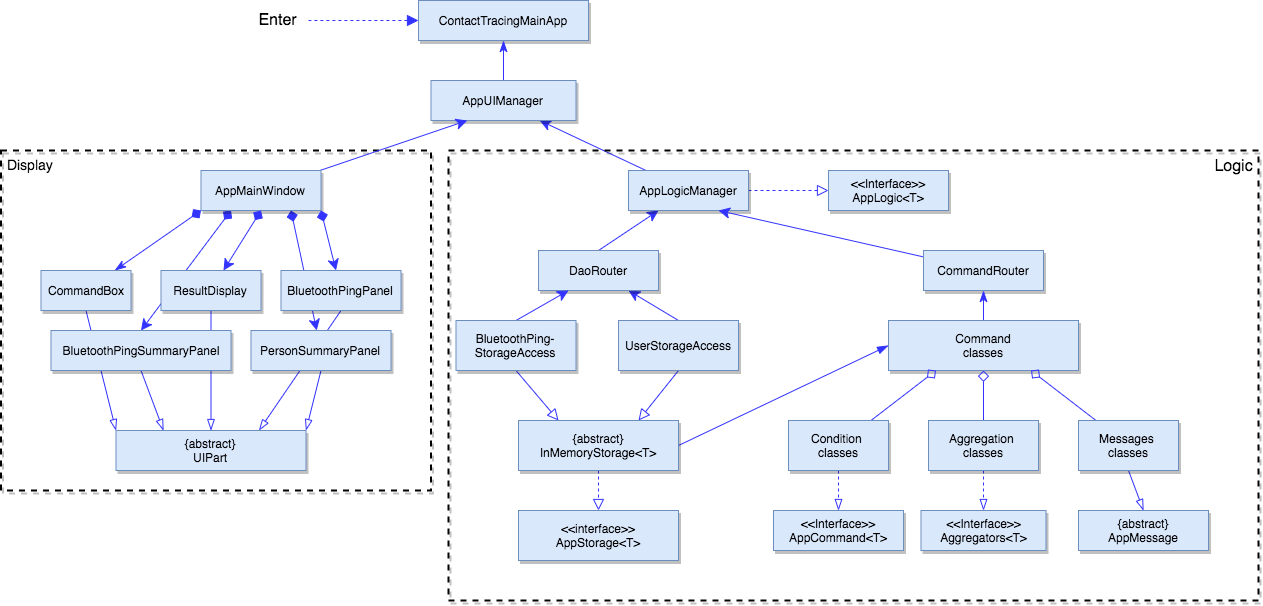
Before: docs/images/ClassDiagram.png, a diagram exported from draw.io (nus-cs2103-AY1920S2/addressbook-level3). Source tidied: cells renumbered, new cells last; positions are measured from the earlier drawing's top-left corner, leaving out a move shared by most shapes. Source of this version:
```xml
<mxGraphModel>
  <root>
    <mxCell id="0" style="html=1;" />
    <mxCell id="1" style="html=1;" parent="0" />
    <mxCell id="2" style="edgeStyle=none;rounded=0;jettySize=auto;html=1;entryX=0.75;entryY=1;entryDx=0;entryDy=0;startArrow=none;startFill=0;startSize=9;endArrow=classic;endFill=1;endSize=9;strokeColor=#3333FF;strokeWidth=1;exitX=0.5;exitY=0;exitDx=0;exitDy=0;" parent="1" edge="1" source="39" target="31">
      <mxGeometry relative="1" as="geometry" />
    </mxCell>
    <mxCell id="3" style="edgeStyle=none;rounded=0;jettySize=auto;html=1;entryX=0.75;entryY=1;entryDx=0;entryDy=0;startArrow=classic;startFill=1;startSize=9;endArrow=diamond;endFill=1;endSize=9;strokeColor=#3333FF;strokeWidth=1;" parent="1" edge="1" source="29" target="16">
      <mxGeometry relative="1" as="geometry" />
    </mxCell>
    <mxCell id="4" style="edgeStyle=none;rounded=0;jettySize=auto;html=1;exitX=0.5;exitY=0;exitDx=0;exitDy=0;entryX=0.25;entryY=1;entryDx=0;entryDy=0;startArrow=classic;startFill=1;startSize=9;endArrow=diamond;endFill=1;endSize=9;strokeColor=#3333FF;strokeWidth=1;" parent="1" edge="1" source="27" target="16">
      <mxGeometry relative="1" as="geometry" />
    </mxCell>
    <mxCell id="5" value="&lt;font style=&quot;font-size: 14px&quot;&gt;&amp;nbsp;Display&lt;/font&gt;" style="rounded=0;whiteSpace=wrap;html=1;shadow=1;fillColor=none;align=left;verticalAlign=top;dashed=1;strokeWidth=2;" parent="1" vertex="1">
      <mxGeometry x="0.5" y="150" width="430" height="340" as="geometry" />
    </mxCell>
    <mxCell id="6" style="edgeStyle=none;rounded=0;jettySize=auto;html=1;dashed=1;startArrow=block;startFill=1;startSize=9;endArrow=none;endFill=0;endSize=9;strokeColor=#3333FF;strokeWidth=1;" parent="1" edge="1" source="7">
      <mxGeometry relative="1" as="geometry">
        <mxPoint x="308" y="20" as="targetPoint" />
      </mxGeometry>
    </mxCell>
    <mxCell id="7" value="ContactTracingMainApp" style="rounded=0;whiteSpace=wrap;html=1;shadow=1;fillColor=#dae8fc;strokeColor=#6c8ebf;" parent="1" vertex="1">
      <mxGeometry x="418" width="170" height="40" as="geometry" />
    </mxCell>
    <mxCell id="8" style="edgeStyle=none;rounded=0;jettySize=auto;html=1;entryX=0.75;entryY=1;entryDx=0;entryDy=0;startArrow=none;startFill=0;startSize=9;endArrow=classic;endFill=1;endSize=9;strokeColor=#3333FF;" parent="1" edge="1" source="11" target="13">
      <mxGeometry relative="1" as="geometry" />
    </mxCell>
    <mxCell id="9" style="edgeStyle=none;rounded=0;jettySize=auto;html=1;startArrow=none;startFill=0;startSize=9;endArrow=block;endFill=0;endSize=9;dashed=1;strokeWidth=1;fillColor=#dae8fc;strokeColor=#3333FF;entryX=0;entryY=0.5;entryDx=0;entryDy=0;" parent="1" edge="1" source="11" target="14">
      <mxGeometry relative="1" as="geometry" />
    </mxCell>
    <mxCell id="10" style="edgeStyle=none;rounded=0;jettySize=auto;html=1;startArrow=classic;startFill=1;startSize=9;endArrow=none;endFill=0;endSize=9;strokeColor=#3333FF;strokeWidth=1;entryX=0.5;entryY=0;entryDx=0;entryDy=0;exitX=0.25;exitY=1;exitDx=0;exitDy=0;" parent="1" edge="1" source="11" target="31">
      <mxGeometry relative="1" as="geometry" />
    </mxCell>
    <mxCell id="11" value="AppLogicManager" style="rounded=0;whiteSpace=wrap;html=1;shadow=1;fillColor=#dae8fc;strokeColor=#6c8ebf;" parent="1" vertex="1">
      <mxGeometry x="628" y="170" width="120" height="40" as="geometry" />
    </mxCell>
    <mxCell id="12" style="edgeStyle=none;rounded=0;jettySize=auto;html=1;entryX=0.5;entryY=1;entryDx=0;entryDy=0;startArrow=none;startFill=0;startSize=9;endArrow=classicThin;endFill=1;endSize=9;strokeColor=#3333FF;strokeWidth=1;" parent="1" edge="1" source="13" target="7">
      <mxGeometry relative="1" as="geometry" />
    </mxCell>
    <mxCell id="13" value="AppUIManager" style="rounded=0;whiteSpace=wrap;html=1;shadow=1;fillColor=#dae8fc;strokeColor=#6c8ebf;" parent="1" vertex="1">
      <mxGeometry x="430.5" y="80" width="145" height="40" as="geometry" />
    </mxCell>
    <mxCell id="14" value="&amp;lt;&amp;lt;Interface&amp;gt;&amp;gt;&lt;br&gt;AppLogic&amp;lt;T&amp;gt;" style="rounded=0;whiteSpace=wrap;html=1;shadow=1;fillColor=#dae8fc;strokeColor=#6c8ebf;" parent="1" vertex="1">
      <mxGeometry x="828" y="170" width="120" height="40" as="geometry" />
    </mxCell>
    <mxCell id="15" style="edgeStyle=none;rounded=0;jettySize=auto;html=1;entryX=0.25;entryY=1;entryDx=0;entryDy=0;startArrow=none;startFill=0;startSize=9;endArrow=classic;endFill=1;endSize=9;strokeColor=#3333FF;strokeWidth=1;" parent="1" edge="1" source="16" target="13">
      <mxGeometry relative="1" as="geometry" />
    </mxCell>
    <mxCell id="16" value="AppMainWindow" style="rounded=0;whiteSpace=wrap;html=1;shadow=1;fillColor=#dae8fc;strokeColor=#6c8ebf;" parent="1" vertex="1">
      <mxGeometry x="200.5" y="170" width="120" height="40" as="geometry" />
    </mxCell>
    <mxCell id="17" style="edgeStyle=none;rounded=0;jettySize=auto;html=1;entryX=0;entryY=1;entryDx=0;entryDy=0;startArrow=classicThin;startFill=1;startSize=9;endArrow=diamond;endFill=1;endSize=9;strokeColor=#3333FF;strokeWidth=1;" parent="1" edge="1" source="19" target="16">
      <mxGeometry relative="1" as="geometry" />
    </mxCell>
    <mxCell id="18" style="edgeStyle=none;rounded=0;jettySize=auto;html=1;exitX=0.5;exitY=1;exitDx=0;exitDy=0;entryX=0;entryY=0;entryDx=0;entryDy=0;startArrow=none;startFill=0;startSize=9;endArrow=blockThin;endFill=0;endSize=9;strokeColor=#3333FF;strokeWidth=1;" parent="1" edge="1" source="19" target="30">
      <mxGeometry relative="1" as="geometry" />
    </mxCell>
    <mxCell id="19" value="CommandBox" style="rounded=0;whiteSpace=wrap;html=1;shadow=1;fillColor=#dae8fc;strokeColor=#6c8ebf;" parent="1" vertex="1">
      <mxGeometry x="40.5" y="270" width="90" height="40" as="geometry" />
    </mxCell>
    <mxCell id="20" style="edgeStyle=none;rounded=0;jettySize=auto;html=1;entryX=0.5;entryY=1;entryDx=0;entryDy=0;startArrow=classic;startFill=1;startSize=9;endArrow=diamond;endFill=1;endSize=9;strokeColor=#3333FF;strokeWidth=1;" parent="1" edge="1" source="22" target="16">
      <mxGeometry relative="1" as="geometry" />
    </mxCell>
    <mxCell id="21" style="edgeStyle=none;rounded=0;jettySize=auto;html=1;exitX=0.5;exitY=1;exitDx=0;exitDy=0;entryX=0.5;entryY=0;entryDx=0;entryDy=0;startArrow=none;startFill=0;startSize=9;endArrow=blockThin;endFill=0;endSize=9;strokeColor=#3333FF;strokeWidth=1;" parent="1" edge="1" source="22" target="30">
      <mxGeometry relative="1" as="geometry" />
    </mxCell>
    <mxCell id="22" value="ResultDisplay" style="rounded=0;whiteSpace=wrap;html=1;shadow=1;fillColor=#dae8fc;strokeColor=#6c8ebf;" parent="1" vertex="1">
      <mxGeometry x="160.5" y="270" width="100" height="40" as="geometry" />
    </mxCell>
    <mxCell id="23" style="edgeStyle=none;rounded=0;jettySize=auto;html=1;entryX=1;entryY=1;entryDx=0;entryDy=0;startArrow=classic;startFill=1;startSize=9;endArrow=diamond;endFill=1;endSize=9;strokeColor=#3333FF;strokeWidth=1;" parent="1" edge="1" source="25" target="16">
      <mxGeometry relative="1" as="geometry" />
    </mxCell>
    <mxCell id="24" style="edgeStyle=none;rounded=0;jettySize=auto;html=1;exitX=0.5;exitY=1;exitDx=0;exitDy=0;startArrow=none;startFill=0;startSize=9;endArrow=blockThin;endFill=0;endSize=9;strokeColor=#3333FF;strokeWidth=1;" parent="1" edge="1" source="25">
      <mxGeometry relative="1" as="geometry">
        <mxPoint x="258.5" y="430" as="targetPoint" />
      </mxGeometry>
    </mxCell>
    <mxCell id="25" value="BluetoothPingPanel" style="rounded=0;whiteSpace=wrap;html=1;shadow=1;fillColor=#dae8fc;strokeColor=#6c8ebf;" parent="1" vertex="1">
      <mxGeometry x="280.5" y="270" width="120" height="40" as="geometry" />
    </mxCell>
    <mxCell id="26" style="edgeStyle=none;rounded=0;jettySize=auto;html=1;exitX=0.5;exitY=1;exitDx=0;exitDy=0;startArrow=none;startFill=0;startSize=9;endArrow=blockThin;endFill=0;endSize=9;strokeColor=#3333FF;strokeWidth=1;entryX=0.25;entryY=0;entryDx=0;entryDy=0;" parent="1" edge="1" source="27" target="30">
      <mxGeometry relative="1" as="geometry" />
    </mxCell>
    <mxCell id="27" value="BluetoothPingSummaryPanel" style="rounded=0;whiteSpace=wrap;html=1;shadow=1;fillColor=#dae8fc;strokeColor=#6c8ebf;" parent="1" vertex="1">
      <mxGeometry x="50.5" y="330" width="180" height="40" as="geometry" />
    </mxCell>
    <mxCell id="28" style="edgeStyle=none;rounded=0;jettySize=auto;html=1;exitX=0.5;exitY=1;exitDx=0;exitDy=0;startArrow=none;startFill=0;startSize=9;endArrow=blockThin;endFill=0;endSize=9;strokeColor=#3333FF;strokeWidth=1;entryX=1;entryY=0;entryDx=0;entryDy=0;" parent="1" edge="1" source="29" target="30">
      <mxGeometry relative="1" as="geometry" />
    </mxCell>
    <mxCell id="29" value="PersonSummaryPanel" style="rounded=0;whiteSpace=wrap;html=1;shadow=1;fillColor=#dae8fc;strokeColor=#6c8ebf;" parent="1" vertex="1">
      <mxGeometry x="250.5" y="330" width="140" height="40" as="geometry" />
    </mxCell>
    <mxCell id="30" value="{abstract}&lt;br&gt;UIPart" style="rounded=0;whiteSpace=wrap;html=1;shadow=1;fillColor=#dae8fc;strokeColor=#6c8ebf;" parent="1" vertex="1">
      <mxGeometry x="115.5" y="430" width="190" height="40" as="geometry" />
    </mxCell>
    <mxCell id="31" value="DaoRouter" style="rounded=0;whiteSpace=wrap;html=1;shadow=1;fillColor=#dae8fc;strokeColor=#6c8ebf;" parent="1" vertex="1">
      <mxGeometry x="538" y="250" width="120" height="40" as="geometry" />
    </mxCell>
    <mxCell id="32" style="edgeStyle=none;rounded=0;orthogonalLoop=1;jettySize=auto;html=1;exitX=0;exitY=0.5;exitDx=0;exitDy=0;startArrow=diamond;startFill=0;startSize=9;endArrow=none;endFill=0;endSize=9;strokeColor=#3333FF;strokeWidth=2;" parent="1" edge="1" source="14" target="14">
      <mxGeometry relative="1" as="geometry" />
    </mxCell>
    <mxCell id="33" style="edgeStyle=none;rounded=0;jettySize=auto;html=1;exitX=0.5;exitY=0;exitDx=0;exitDy=0;entryX=0.25;entryY=1;entryDx=0;entryDy=0;startArrow=none;startFill=0;startSize=9;endArrow=classic;endFill=1;endSize=9;strokeColor=#3333FF;strokeWidth=1;" parent="1" edge="1" source="35" target="31">
      <mxGeometry relative="1" as="geometry" />
    </mxCell>
    <mxCell id="34" style="edgeStyle=none;rounded=0;jettySize=auto;html=1;exitX=0.5;exitY=1;exitDx=0;exitDy=0;entryX=0.25;entryY=0;entryDx=0;entryDy=0;startArrow=none;startFill=0;startSize=9;endArrow=block;endFill=0;endSize=9;strokeColor=#3333FF;strokeWidth=1;" parent="1" edge="1" source="35" target="42">
      <mxGeometry relative="1" as="geometry" />
    </mxCell>
    <mxCell id="35" value="BluetoothPing-&lt;br&gt;StorageAccess" style="rounded=0;whiteSpace=wrap;html=1;shadow=1;fillColor=#dae8fc;strokeColor=#6c8ebf;" parent="1" vertex="1">
      <mxGeometry x="455.5" y="320" width="120" height="50" as="geometry" />
    </mxCell>
    <mxCell id="36" style="edgeStyle=none;rounded=0;jettySize=auto;html=1;entryX=0.75;entryY=1;entryDx=0;entryDy=0;startArrow=none;startFill=0;startSize=9;endArrow=classic;endFill=1;endSize=9;strokeColor=#3333FF;strokeWidth=1;" parent="1" edge="1" source="37" target="11">
      <mxGeometry relative="1" as="geometry" />
    </mxCell>
    <mxCell id="37" value="CommandRouter" style="rounded=0;whiteSpace=wrap;html=1;shadow=1;fillColor=#dae8fc;strokeColor=#6c8ebf;" parent="1" vertex="1">
      <mxGeometry x="923" y="250" width="120" height="40" as="geometry" />
    </mxCell>
    <mxCell id="38" style="edgeStyle=none;rounded=0;jettySize=auto;html=1;entryX=0.75;entryY=0;entryDx=0;entryDy=0;startArrow=none;startFill=0;startSize=9;endArrow=block;endFill=0;endSize=9;strokeColor=#3333FF;strokeWidth=1;exitX=0.5;exitY=1;exitDx=0;exitDy=0;" parent="1" edge="1" source="39" target="42">
      <mxGeometry relative="1" as="geometry" />
    </mxCell>
    <mxCell id="39" value="UserStorageAccess" style="rounded=0;whiteSpace=wrap;html=1;shadow=1;fillColor=#dae8fc;strokeColor=#6c8ebf;" parent="1" vertex="1">
      <mxGeometry x="618" y="320" width="120" height="50" as="geometry" />
    </mxCell>
    <mxCell id="40" style="edgeStyle=none;rounded=0;jettySize=auto;html=1;exitX=0.5;exitY=1;exitDx=0;exitDy=0;entryX=0.5;entryY=0;entryDx=0;entryDy=0;startArrow=none;startFill=0;startSize=9;endArrow=block;endFill=0;endSize=9;strokeColor=#3333FF;strokeWidth=1;dashed=1;" parent="1" edge="1" source="42" target="43">
      <mxGeometry relative="1" as="geometry" />
    </mxCell>
    <mxCell id="41" style="edgeStyle=none;rounded=0;jettySize=auto;html=1;exitX=1;exitY=0.5;exitDx=0;exitDy=0;entryX=0;entryY=0.5;entryDx=0;entryDy=0;startArrow=none;startFill=0;startSize=9;endArrow=blockThin;endFill=1;endSize=9;strokeColor=#3333FF;strokeWidth=1;fontSize=16;" parent="1" edge="1" source="42" target="46">
      <mxGeometry relative="1" as="geometry" />
    </mxCell>
    <mxCell id="42" value="{abstract}&lt;br&gt;InMemoryStorage&amp;lt;T&amp;gt;" style="rounded=0;whiteSpace=wrap;html=1;shadow=1;fillColor=#dae8fc;strokeColor=#6c8ebf;" parent="1" vertex="1">
      <mxGeometry x="518" y="420" width="160" height="50" as="geometry" />
    </mxCell>
    <mxCell id="43" value="&amp;lt;&amp;lt;interface&amp;gt;&amp;gt;&lt;br&gt;AppStorage&amp;lt;T&amp;gt;" style="rounded=0;whiteSpace=wrap;html=1;shadow=1;fillColor=#dae8fc;strokeColor=#6c8ebf;" parent="1" vertex="1">
      <mxGeometry x="518" y="510" width="160" height="50" as="geometry" />
    </mxCell>
    <mxCell id="44" value="Enter" style="text;html=1;strokeColor=none;fillColor=none;align=center;verticalAlign=middle;whiteSpace=wrap;rounded=0;shadow=1;dashed=1;strokeWidth=3;fontSize=16;" parent="1" vertex="1">
      <mxGeometry x="248.5" y="10" width="57" height="20" as="geometry" />
    </mxCell>
    <mxCell id="45" style="edgeStyle=none;rounded=0;jettySize=auto;html=1;entryX=0.5;entryY=1;entryDx=0;entryDy=0;startArrow=none;startFill=0;startSize=9;endArrow=classicThin;endFill=1;endSize=9;strokeColor=#3333FF;strokeWidth=1;fontSize=16;" parent="1" edge="1" source="46" target="37">
      <mxGeometry relative="1" as="geometry" />
    </mxCell>
    <mxCell id="46" value="Command&lt;br&gt;classes" style="rounded=0;whiteSpace=wrap;html=1;shadow=1;fillColor=#dae8fc;strokeColor=#6c8ebf;" parent="1" vertex="1">
      <mxGeometry x="888" y="320" width="190" height="50" as="geometry" />
    </mxCell>
    <mxCell id="47" style="edgeStyle=none;rounded=0;jettySize=auto;html=1;entryX=0.25;entryY=1;entryDx=0;entryDy=0;startArrow=none;startFill=0;startSize=9;endArrow=diamond;endFill=0;endSize=9;strokeColor=#3333FF;strokeWidth=1;fontSize=16;" parent="1" edge="1" source="49" target="46">
      <mxGeometry relative="1" as="geometry" />
    </mxCell>
    <mxCell id="48" style="edgeStyle=none;rounded=0;jettySize=auto;html=1;exitX=0.5;exitY=1;exitDx=0;exitDy=0;entryX=0.5;entryY=0;entryDx=0;entryDy=0;startArrow=none;startFill=0;startSize=9;endArrow=blockThin;endFill=0;endSize=9;strokeColor=#3333FF;strokeWidth=1;fontSize=16;dashed=1;" parent="1" edge="1" source="49" target="56">
      <mxGeometry relative="1" as="geometry" />
    </mxCell>
    <mxCell id="49" value="Condition &lt;br&gt;classes" style="rounded=0;whiteSpace=wrap;html=1;shadow=1;fillColor=#dae8fc;strokeColor=#6c8ebf;" parent="1" vertex="1">
      <mxGeometry x="788" y="420" width="100" height="50" as="geometry" />
    </mxCell>
    <mxCell id="50" style="edgeStyle=none;rounded=0;jettySize=auto;html=1;entryX=0.5;entryY=1;entryDx=0;entryDy=0;startArrow=none;startFill=0;startSize=9;endArrow=diamond;endFill=0;endSize=9;strokeColor=#3333FF;strokeWidth=1;fontSize=16;" parent="1" edge="1" source="52" target="46">
      <mxGeometry relative="1" as="geometry" />
    </mxCell>
    <mxCell id="51" style="edgeStyle=none;rounded=0;jettySize=auto;html=1;exitX=0.5;exitY=1;exitDx=0;exitDy=0;entryX=0.5;entryY=0;entryDx=0;entryDy=0;dashed=1;startArrow=none;startFill=0;startSize=9;endArrow=blockThin;endFill=0;endSize=9;strokeColor=#3333FF;strokeWidth=1;fontSize=16;" parent="1" edge="1" source="52" target="57">
      <mxGeometry relative="1" as="geometry" />
    </mxCell>
    <mxCell id="52" value="Aggregation &lt;br&gt;classes" style="rounded=0;whiteSpace=wrap;html=1;shadow=1;fillColor=#dae8fc;strokeColor=#6c8ebf;" parent="1" vertex="1">
      <mxGeometry x="928" y="420" width="110" height="50" as="geometry" />
    </mxCell>
    <mxCell id="53" style="edgeStyle=none;rounded=0;jettySize=auto;html=1;entryX=0.75;entryY=1;entryDx=0;entryDy=0;startArrow=none;startFill=0;startSize=9;endArrow=diamond;endFill=0;endSize=9;strokeColor=#3333FF;strokeWidth=1;fontSize=16;" parent="1" edge="1" source="55" target="46">
      <mxGeometry relative="1" as="geometry" />
    </mxCell>
    <mxCell id="54" style="edgeStyle=none;rounded=0;jettySize=auto;html=1;exitX=0.5;exitY=1;exitDx=0;exitDy=0;entryX=0.5;entryY=0;entryDx=0;entryDy=0;startArrow=none;startFill=0;startSize=9;endArrow=blockThin;endFill=0;endSize=9;strokeColor=#3333FF;strokeWidth=1;fontSize=16;" parent="1" edge="1" source="55" target="58">
      <mxGeometry relative="1" as="geometry" />
    </mxCell>
    <mxCell id="55" value="Messages &lt;br&gt;classes" style="rounded=0;whiteSpace=wrap;html=1;shadow=1;fillColor=#dae8fc;strokeColor=#6c8ebf;" parent="1" vertex="1">
      <mxGeometry x="1078" y="420" width="100" height="50" as="geometry" />
    </mxCell>
    <mxCell id="56" value="&amp;lt;&amp;lt;Interface&amp;gt;&amp;gt;&lt;br&gt;AppCommand&amp;lt;T&amp;gt;" style="rounded=0;whiteSpace=wrap;html=1;shadow=1;fillColor=#dae8fc;strokeColor=#6c8ebf;" parent="1" vertex="1">
      <mxGeometry x="773" y="510" width="130" height="40" as="geometry" />
    </mxCell>
    <mxCell id="57" value="&amp;lt;&amp;lt;Interface&amp;gt;&amp;gt;&lt;br&gt;Aggregators&amp;lt;T&amp;gt;" style="rounded=0;whiteSpace=wrap;html=1;shadow=1;fillColor=#dae8fc;strokeColor=#6c8ebf;" parent="1" vertex="1">
      <mxGeometry x="920.5" y="510" width="125" height="40" as="geometry" />
    </mxCell>
    <mxCell id="58" value="{abstract}&lt;br&gt;AppMessage" style="rounded=0;whiteSpace=wrap;html=1;shadow=1;fillColor=#dae8fc;strokeColor=#6c8ebf;" parent="1" vertex="1">
      <mxGeometry x="1078" y="510" width="130" height="40" as="geometry" />
    </mxCell>
    <mxCell id="59" value="&lt;font style=&quot;font-size: 16px&quot;&gt;Logic&lt;/font&gt;&amp;nbsp;" style="rounded=0;whiteSpace=wrap;html=1;shadow=1;fillColor=none;align=right;verticalAlign=top;dashed=1;strokeWidth=2;" parent="1" vertex="1">
      <mxGeometry x="448" y="150" width="810" height="450" as="geometry" />
    </mxCell>
  </root>
</mxGraphModel>
```
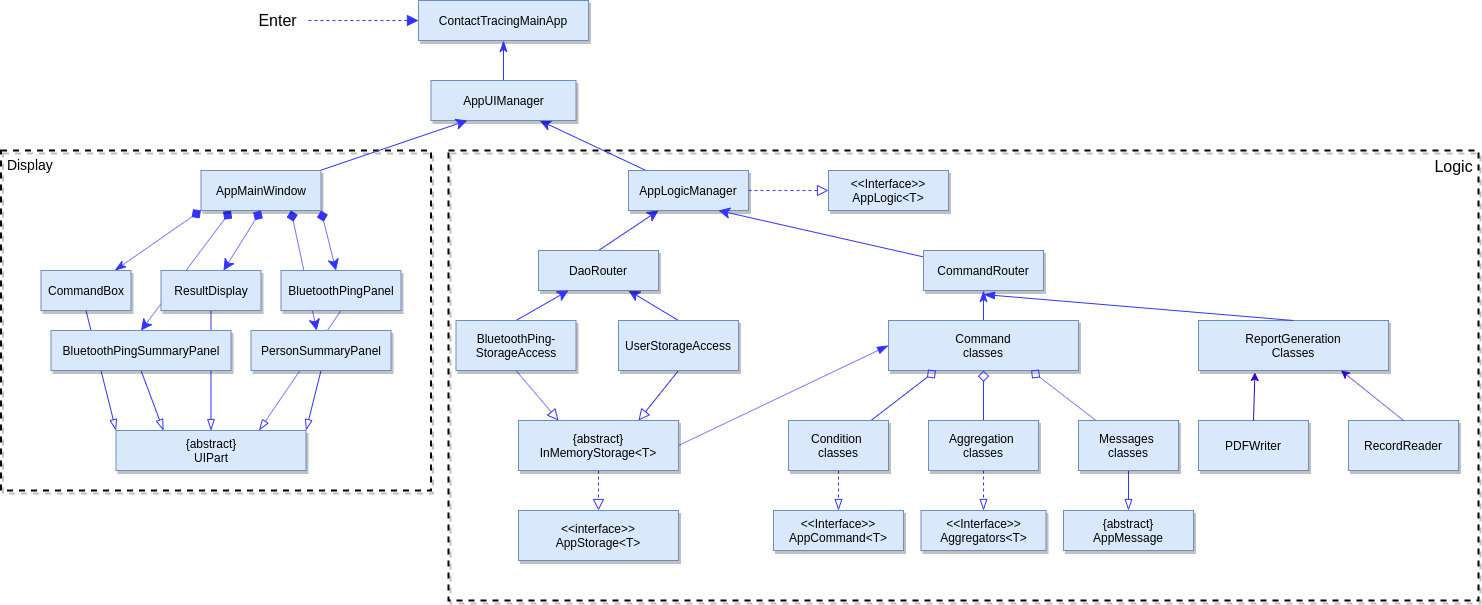
The same file after the commit.

Change to the diagram source:
```diff
@@ -175,10 +175,30 @@
       <mxGeometry x="920.5" y="510" width="125" height="40" as="geometry" />
     </mxCell>
     <mxCell id="58" value="{abstract}&lt;br&gt;AppMessage" style="rounded=0;whiteSpace=wrap;html=1;shadow=1;fillColor=#dae8fc;strokeColor=#6c8ebf;" parent="1" vertex="1">
-      <mxGeometry x="1078" y="510" width="130" height="40" as="geometry" />
+      <mxGeometry x="1063" y="510" width="130" height="40" as="geometry" />
     </mxCell>
     <mxCell id="59" value="&lt;font style=&quot;font-size: 16px&quot;&gt;Logic&lt;/font&gt;&amp;nbsp;" style="rounded=0;whiteSpace=wrap;html=1;shadow=1;fillColor=none;align=right;verticalAlign=top;dashed=1;strokeWidth=2;" parent="1" vertex="1">
-      <mxGeometry x="448" y="150" width="810" height="450" as="geometry" />
+      <mxGeometry x="448" y="150" width="1030" height="450" as="geometry" />
     </mxCell>
+    <mxCell id="60" value="ReportGeneration&lt;br&gt;Classes" style="rounded=0;whiteSpace=wrap;html=1;shadow=1;fillColor=#dae8fc;strokeColor=#6c8ebf;" parent="1" vertex="1">
+      <mxGeometry x="1198" y="320" width="190" height="50" as="geometry" />
+    </mxCell>
+    <mxCell id="61" value="PDFWriter" style="rounded=0;whiteSpace=wrap;html=1;shadow=1;fillColor=#dae8fc;strokeColor=#6c8ebf;" parent="1" vertex="1">
+      <mxGeometry x="1198" y="420" width="110" height="50" as="geometry" />
+    </mxCell>
+    <mxCell id="62" value="RecordReader" style="rounded=0;whiteSpace=wrap;html=1;shadow=1;fillColor=#dae8fc;strokeColor=#6c8ebf;" parent="1" vertex="1">
+      <mxGeometry x="1348" y="420" width="110" height="50" as="geometry" />
+    </mxCell>
+    <mxCell id="63" style="endArrow=classic;html=1;exitX=0.5;exitY=0;exitDx=0;exitDy=0;entryX=0.297;entryY=1.04;entryDx=0;entryDy=0;entryPerimeter=0;fillColor=#6a00ff;strokeColor=#3700CC;" parent="1" edge="1" source="61" target="60">
+      <mxGeometry relative="1" as="geometry" />
+    </mxCell>
+    <mxCell id="64" style="endArrow=classic;html=1;exitX=0.5;exitY=0;exitDx=0;exitDy=0;entryX=0.75;entryY=1;entryDx=0;entryDy=0;fillColor=#6a00ff;strokeColor=#3700CC;" parent="1" edge="1" source="62" target="60">
+      <mxGeometry relative="1" as="geometry" />
+    </mxCell>
+    <mxCell id="65" style="edgeStyle=none;rounded=0;jettySize=auto;html=1;exitX=0.5;exitY=0;exitDx=0;exitDy=0;startArrow=none;startFill=0;startSize=9;endArrow=blockThin;endFill=1;endSize=9;strokeColor=#3333FF;strokeWidth=1;fontSize=16;" parent="1" edge="1" source="60">
+      <mxGeometry relative="1" as="geometry">
+        <mxPoint x="983" y="294" as="targetPoint" />
+      </mxGeometry>
+    </mxCell>
   </root>
 </mxGraphModel>
```
